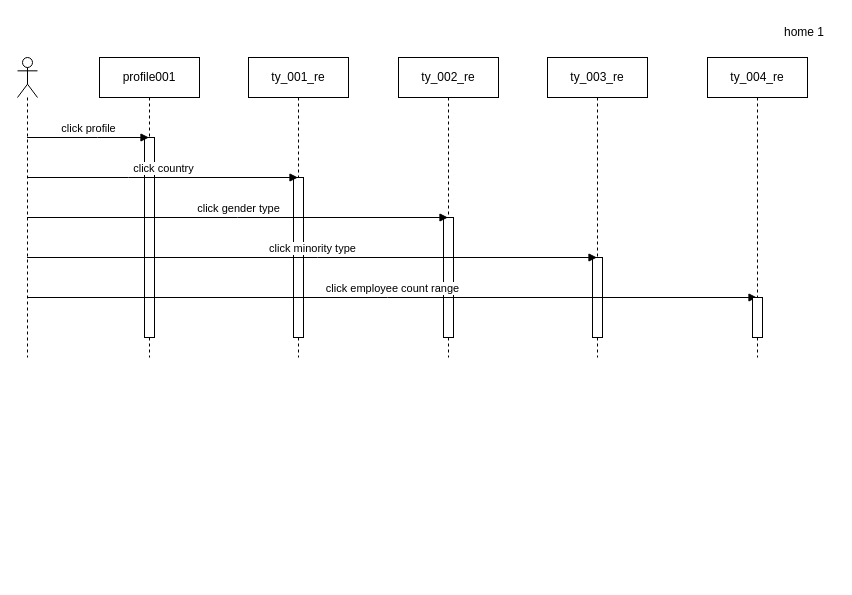
Before: page "1 home1" (2 of 37) of docs/artifact/AllPage/drawio_file/sequence_diagram_page.drawio in ssszZ-TH/party_fullstack_docker3, a draw.io diagram. Source tidied: cells renumbered, new cells numbered last; positions are measured from the earlier drawing's top-left corner, leaving out a move shared by most shapes. Both pictures are drawn from the tidied source at 100%, with x=0, y=0 at pixel (17, 17).
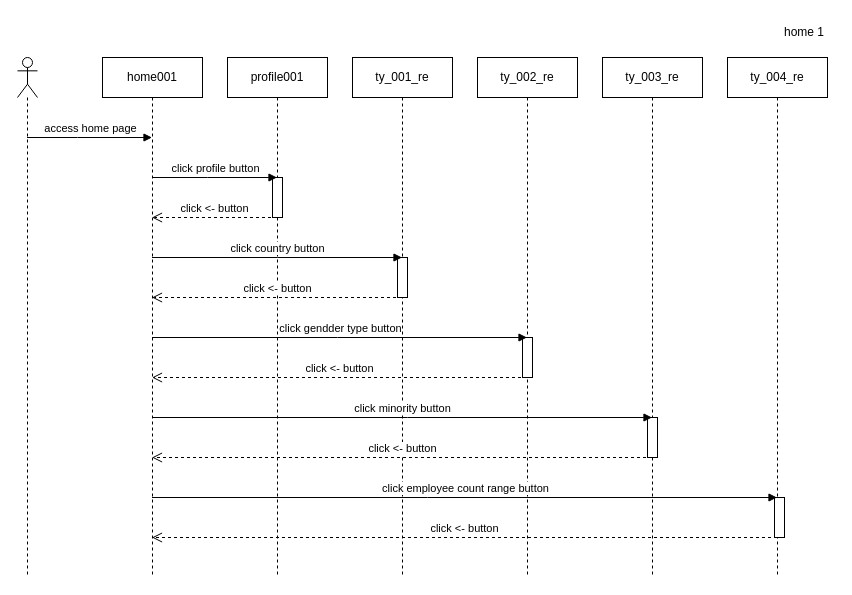
The same diagram, later.

Commit message (it also covers changes not shown here):
docs seq page diagram fin in drawio

The edit, as a diff of the source:
```diff
@@
-    <mxCell id="0" />
-    <mxCell id="1" parent="0" />
+    <mxCell id="19" />
+    <mxCell id="20" parent="19" />
+    <mxCell id="21" value="home001" style="shape=umlLifeline;perimeter=lifelinePerimeter;whiteSpace=wrap;html=1;outlineConnect=0;portConstraint=eastwest;newEdgeStyle={&quot;curved&quot;:0,&quot;rounded&quot;:0};" parent="20" vertex="1">
+      <mxGeometry x="85" y="40" width="100" height="520" as="geometry" />
+    </mxCell>
+    <mxCell id="22" style="shape=umlLifeline;perimeter=lifelinePerimeter;whiteSpace=wrap;html=1;outlineConnect=0;portConstraint=eastwest;newEdgeStyle={&quot;curved&quot;:0,&quot;rounded&quot;:0};participant=umlActor;" parent="20" vertex="1">
+      <mxGeometry y="40" width="20" height="520" as="geometry" />
+    </mxCell>
+    <mxCell id="5" value="ty_001_re" style="shape=umlLifeline;perimeter=lifelinePerimeter;whiteSpace=wrap;html=1;outlineConnect=0;portConstraint=eastwest;newEdgeStyle={&quot;curved&quot;:0,&quot;rounded&quot;:0};" parent="20" vertex="1">
+      <mxGeometry x="335" y="40" width="100" height="520" as="geometry" />
+    </mxCell>
+    <mxCell id="23" style="html=1;perimeter=orthogonalPerimeter;targetShapes=umlLifeline;newEdgeStyle={&quot;curved&quot;:0,&quot;rounded&quot;:0};" parent="5" vertex="1">
+      <mxGeometry x="45" y="200" width="10" height="40" as="geometry" />
+    </mxCell>
+    <mxCell id="7" value="ty_002_re" style="shape=umlLifeline;perimeter=lifelinePerimeter;whiteSpace=wrap;html=1;outlineConnect=0;portConstraint=eastwest;newEdgeStyle={&quot;curved&quot;:0,&quot;rounded&quot;:0};" parent="20" vertex="1">
+      <mxGeometry x="460" y="40" width="100" height="520" as="geometry" />
+    </mxCell>
+    <mxCell id="24" style="html=1;perimeter=orthogonalPerimeter;targetShapes=umlLifeline;newEdgeStyle={&quot;curved&quot;:0,&quot;rounded&quot;:0};" parent="7" vertex="1">
+      <mxGeometry x="45" y="280" width="10" height="40" as="geometry" />
+    </mxCell>
+    <mxCell id="9" value="ty_003_re" style="shape=umlLifeline;perimeter=lifelinePerimeter;whiteSpace=wrap;html=1;outlineConnect=0;portConstraint=eastwest;newEdgeStyle={&quot;curved&quot;:0,&quot;rounded&quot;:0};" parent="20" vertex="1">
+      <mxGeometry x="585" y="40" width="100" height="520" as="geometry" />
+    </mxCell>
+    <mxCell id="25" style="html=1;perimeter=orthogonalPerimeter;targetShapes=umlLifeline;newEdgeStyle={&quot;curved&quot;:0,&quot;rounded&quot;:0};" parent="9" vertex="1">
+      <mxGeometry x="45" y="360" width="10" height="40" as="geometry" />
+    </mxCell>
+    <mxCell id="11" value="ty_004_re" style="shape=umlLifeline;perimeter=lifelinePerimeter;whiteSpace=wrap;html=1;outlineConnect=0;portConstraint=eastwest;newEdgeStyle={&quot;curved&quot;:0,&quot;rounded&quot;:0};" parent="20" vertex="1">
+      <mxGeometry x="710" y="40" width="100" height="520" as="geometry" />
+    </mxCell>
+    <mxCell id="26" style="html=1;perimeter=orthogonalPerimeter;targetShapes=umlLifeline;newEdgeStyle={&quot;curved&quot;:0,&quot;rounded&quot;:0};" parent="11" vertex="1">
+      <mxGeometry x="47" y="440" width="10" height="40" as="geometry" />
+    </mxCell>
+    <mxCell id="12" value="home 1" style="text;html=1;align=center;verticalAlign=middle;whiteSpace=wrap;rounded=0;" parent="20" vertex="1">
+      <mxGeometry x="757" width="60" height="30" as="geometry" />
+    </mxCell>
-    <mxCell id="2" value="profile001" style="shape=umlLifeline;perimeter=lifelinePerimeter;whiteSpace=wrap;html=1;outlineConnect=0;portConstraint=eastwest;newEdgeStyle={&quot;curved&quot;:0,&quot;rounded&quot;:0};" parent="1" vertex="1">
-      <mxGeometry x="82" y="40" width="100" height="300" as="geometry" />
+    <mxCell id="2" value="profile001" style="shape=umlLifeline;perimeter=lifelinePerimeter;whiteSpace=wrap;html=1;outlineConnect=0;portConstraint=eastwest;newEdgeStyle={&quot;curved&quot;:0,&quot;rounded&quot;:0};" parent="20" vertex="1">
+      <mxGeometry x="210" y="40" width="100" height="520" as="geometry" />
     </mxCell>
-    <mxCell id="3" style="html=1;perimeter=orthogonalPerimeter;targetShapes=umlLifeline;newEdgeStyle={&quot;curved&quot;:0,&quot;rounded&quot;:0};" parent="2" vertex="1">
-      <mxGeometry x="45" y="80" width="10" height="200" as="geometry" />
-    </mxCell>
-    <mxCell id="4" style="shape=umlLifeline;perimeter=lifelinePerimeter;whiteSpace=wrap;html=1;outlineConnect=0;portConstraint=eastwest;newEdgeStyle={&quot;curved&quot;:0,&quot;rounded&quot;:0};participant=umlActor;" parent="1" vertex="1">
-      <mxGeometry y="40" width="20" height="300" as="geometry" />
-    </mxCell>
-    <mxCell id="5" value="ty_001_re" style="shape=umlLifeline;perimeter=lifelinePerimeter;whiteSpace=wrap;html=1;outlineConnect=0;portConstraint=eastwest;newEdgeStyle={&quot;curved&quot;:0,&quot;rounded&quot;:0};" parent="1" vertex="1">
-      <mxGeometry x="231" y="40" width="100" height="300" as="geometry" />
-    </mxCell>
-    <mxCell id="6" style="html=1;perimeter=orthogonalPerimeter;targetShapes=umlLifeline;newEdgeStyle={&quot;curved&quot;:0,&quot;rounded&quot;:0};" parent="5" vertex="1">
-      <mxGeometry x="45" y="120" width="10" height="160" as="geometry" />
-    </mxCell>
-    <mxCell id="7" value="ty_002_re" style="shape=umlLifeline;perimeter=lifelinePerimeter;whiteSpace=wrap;html=1;outlineConnect=0;portConstraint=eastwest;newEdgeStyle={&quot;curved&quot;:0,&quot;rounded&quot;:0};" parent="1" vertex="1">
-      <mxGeometry x="381" y="40" width="100" height="300" as="geometry" />
-    </mxCell>
-    <mxCell id="8" style="html=1;perimeter=orthogonalPerimeter;targetShapes=umlLifeline;newEdgeStyle={&quot;curved&quot;:0,&quot;rounded&quot;:0};" parent="7" vertex="1">
-      <mxGeometry x="45" y="160" width="10" height="120" as="geometry" />
-    </mxCell>
-    <mxCell id="9" value="ty_003_re" style="shape=umlLifeline;perimeter=lifelinePerimeter;whiteSpace=wrap;html=1;outlineConnect=0;portConstraint=eastwest;newEdgeStyle={&quot;curved&quot;:0,&quot;rounded&quot;:0};" parent="1" vertex="1">
-      <mxGeometry x="530" y="40" width="100" height="300" as="geometry" />
-    </mxCell>
-    <mxCell id="10" style="html=1;perimeter=orthogonalPerimeter;targetShapes=umlLifeline;newEdgeStyle={&quot;curved&quot;:0,&quot;rounded&quot;:0};" parent="9" vertex="1">
-      <mxGeometry x="45" y="200" width="10" height="80" as="geometry" />
-    </mxCell>
-    <mxCell id="11" value="ty_004_re" style="shape=umlLifeline;perimeter=lifelinePerimeter;whiteSpace=wrap;html=1;outlineConnect=0;portConstraint=eastwest;newEdgeStyle={&quot;curved&quot;:0,&quot;rounded&quot;:0};" parent="1" vertex="1">
-      <mxGeometry x="690" y="40" width="100" height="300" as="geometry" />
-    </mxCell>
-    <mxCell id="12" value="home 1" style="text;html=1;align=center;verticalAlign=middle;whiteSpace=wrap;rounded=0;" parent="1" vertex="1">
-      <mxGeometry x="757" width="60" height="30" as="geometry" />
-    </mxCell>
-    <mxCell id="13" value="click profile" style="html=1;verticalAlign=bottom;endArrow=block;curved=0;rounded=0;" parent="1" edge="1" source="4" target="2">
-      <mxGeometry relative="1" as="geometry">
-        <Array as="points">
-          <mxPoint x="80" y="120" />
-        </Array>
-      </mxGeometry>
-    </mxCell>
-    <mxCell id="14" value="click country" style="html=1;verticalAlign=bottom;endArrow=block;curved=0;rounded=0;" parent="1" edge="1" source="4" target="5">
-      <mxGeometry relative="1" as="geometry">
-        <Array as="points">
-          <mxPoint x="111" y="160" />
-        </Array>
-      </mxGeometry>
-    </mxCell>
-    <mxCell id="15" value="click gender type" style="html=1;verticalAlign=bottom;endArrow=block;curved=0;rounded=0;" parent="1" edge="1" source="4" target="7">
-      <mxGeometry relative="1" as="geometry">
-        <Array as="points">
-          <mxPoint x="220" y="200" />
-        </Array>
-      </mxGeometry>
-    </mxCell>
-    <mxCell id="16" value="click minority type" style="html=1;verticalAlign=bottom;endArrow=block;curved=0;rounded=0;" parent="1" edge="1" source="4" target="9">
-      <mxGeometry relative="1" as="geometry">
-        <Array as="points">
-          <mxPoint x="300" y="240" />
-        </Array>
-      </mxGeometry>
-    </mxCell>
-    <mxCell id="17" value="click employee count range" style="html=1;verticalAlign=bottom;endArrow=block;curved=0;rounded=0;" parent="1" edge="1" source="4" target="11">
-      <mxGeometry relative="1" as="geometry">
-        <Array as="points">
-          <mxPoint x="370" y="280" />
-        </Array>
-      </mxGeometry>
-    </mxCell>
-    <mxCell id="18" style="html=1;perimeter=orthogonalPerimeter;targetShapes=umlLifeline;newEdgeStyle={&quot;curved&quot;:0,&quot;rounded&quot;:0};" parent="1" vertex="1">
-      <mxGeometry x="735" y="280" width="10" height="40" as="geometry" />
-    </mxCell>
+    <mxCell id="27" style="html=1;perimeter=orthogonalPerimeter;targetShapes=umlLifeline;newEdgeStyle={&quot;curved&quot;:0,&quot;rounded&quot;:0};" parent="2" vertex="1">
+      <mxGeometry x="45" y="120" width="10" height="40" as="geometry" />
+    </mxCell>
+    <mxCell id="28" value="access home page" style="html=1;verticalAlign=bottom;endArrow=block;curved=0;rounded=0;" parent="20" edge="1" source="22" target="21">
+      <mxGeometry relative="1" as="geometry">
+        <Array as="points">
+          <mxPoint x="60" y="120" />
+        </Array>
+      </mxGeometry>
+    </mxCell>
+    <mxCell id="29" value="click profile button" style="html=1;verticalAlign=bottom;endArrow=block;curved=0;rounded=0;" parent="20" edge="1" source="21" target="2">
+      <mxGeometry relative="1" as="geometry">
+        <Array as="points">
+          <mxPoint x="190" y="160" />
+        </Array>
+      </mxGeometry>
+    </mxCell>
+    <mxCell id="30" value="click &amp;lt;- button" style="html=1;verticalAlign=bottom;endArrow=open;dashed=1;endSize=8;curved=0;rounded=0;" parent="20" edge="1" source="2" target="21">
+      <mxGeometry relative="1" as="geometry">
+        <Array as="points">
+          <mxPoint x="200" y="200" />
+        </Array>
+      </mxGeometry>
+    </mxCell>
+    <mxCell id="31" value="click country button" style="html=1;verticalAlign=bottom;endArrow=block;curved=0;rounded=0;" parent="20" edge="1" source="21" target="5">
+      <mxGeometry relative="1" as="geometry">
+        <Array as="points">
+          <mxPoint x="260" y="240" />
+        </Array>
+      </mxGeometry>
+    </mxCell>
+    <mxCell id="32" value="click &amp;lt;- button" style="html=1;verticalAlign=bottom;endArrow=open;dashed=1;endSize=8;curved=0;rounded=0;" parent="20" edge="1" source="5" target="21">
+      <mxGeometry relative="1" as="geometry">
+        <Array as="points">
+          <mxPoint x="270" y="280" />
+        </Array>
+      </mxGeometry>
+    </mxCell>
+    <mxCell id="33" value="click gendder type button" style="html=1;verticalAlign=bottom;endArrow=block;curved=0;rounded=0;" parent="20" edge="1" source="21" target="7">
+      <mxGeometry relative="1" as="geometry">
+        <Array as="points">
+          <mxPoint x="320" y="320" />
+        </Array>
+      </mxGeometry>
+    </mxCell>
+    <mxCell id="34" value="click &amp;lt;- button" style="html=1;verticalAlign=bottom;endArrow=open;dashed=1;endSize=8;curved=0;rounded=0;" parent="20" edge="1" source="7" target="21">
+      <mxGeometry relative="1" as="geometry">
+        <Array as="points">
+          <mxPoint x="330" y="360" />
+        </Array>
+      </mxGeometry>
+    </mxCell>
+    <mxCell id="35" value="click minority button" style="html=1;verticalAlign=bottom;endArrow=block;curved=0;rounded=0;" parent="20" edge="1" source="21" target="9">
+      <mxGeometry relative="1" as="geometry">
+        <Array as="points">
+          <mxPoint x="390" y="400" />
+        </Array>
+      </mxGeometry>
+    </mxCell>
+    <mxCell id="36" value="click &amp;lt;- button" style="html=1;verticalAlign=bottom;endArrow=open;dashed=1;endSize=8;curved=0;rounded=0;" parent="20" edge="1" source="9" target="21">
+      <mxGeometry relative="1" as="geometry">
+        <Array as="points">
+          <mxPoint x="400" y="440" />
+        </Array>
+      </mxGeometry>
+    </mxCell>
+    <mxCell id="37" value="click employee count range button" style="html=1;verticalAlign=bottom;endArrow=block;curved=0;rounded=0;" parent="20" edge="1" source="21" target="11">
+      <mxGeometry relative="1" as="geometry">
+        <Array as="points">
+          <mxPoint x="410" y="480" />
+        </Array>
+      </mxGeometry>
+    </mxCell>
+    <mxCell id="38" value="click &amp;lt;- button" style="html=1;verticalAlign=bottom;endArrow=open;dashed=1;endSize=8;curved=0;rounded=0;" parent="20" edge="1" source="11" target="21">
+      <mxGeometry relative="1" as="geometry">
+        <Array as="points">
+          <mxPoint x="480" y="520" />
+        </Array>
+      </mxGeometry>
+    </mxCell>
```
